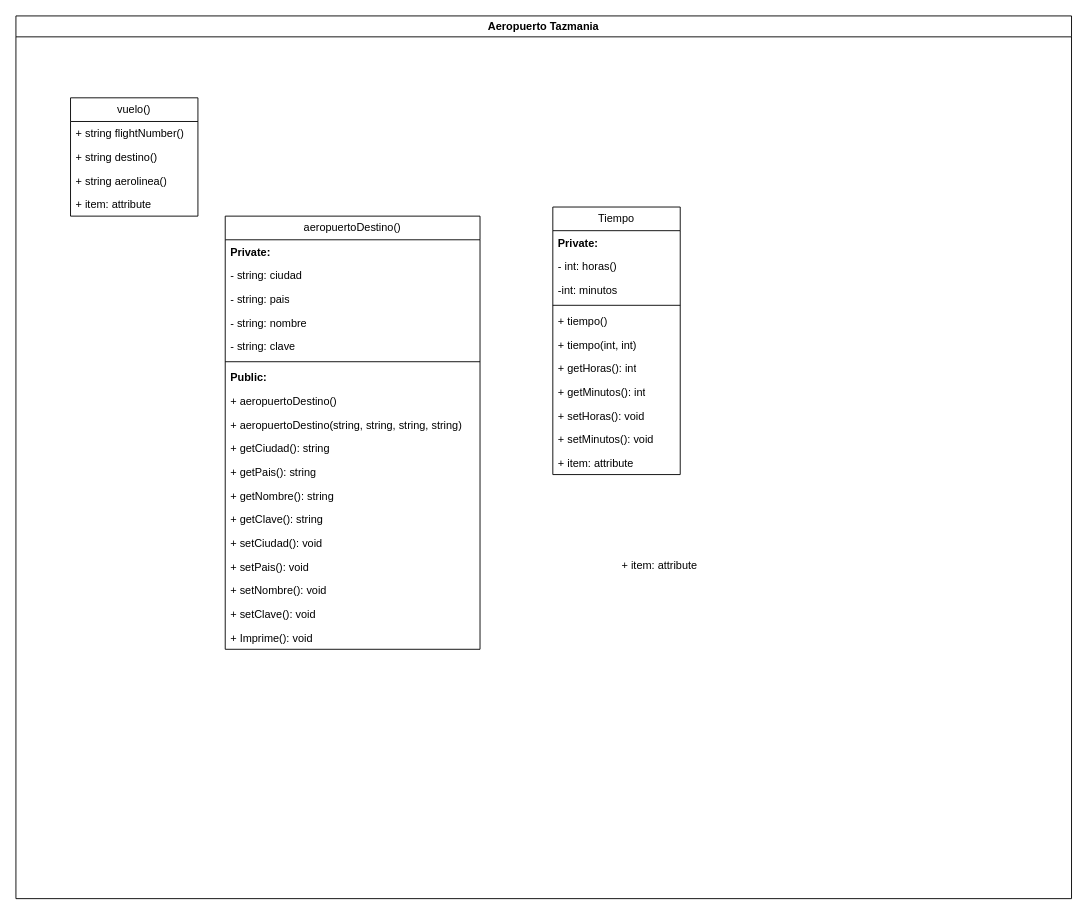
Earlier version of the draw.io diagram Untitled Diagram.drawio (Javierlcastillo/UML-airport). Source tidied: cells renumbered, new cells numbered last; positions are measured from the earlier drawing's top-left corner, leaving out a move shared by most shapes. Both pictures are drawn from the tidied source at 91%, with x=0, y=0 at pixel (15, 15).
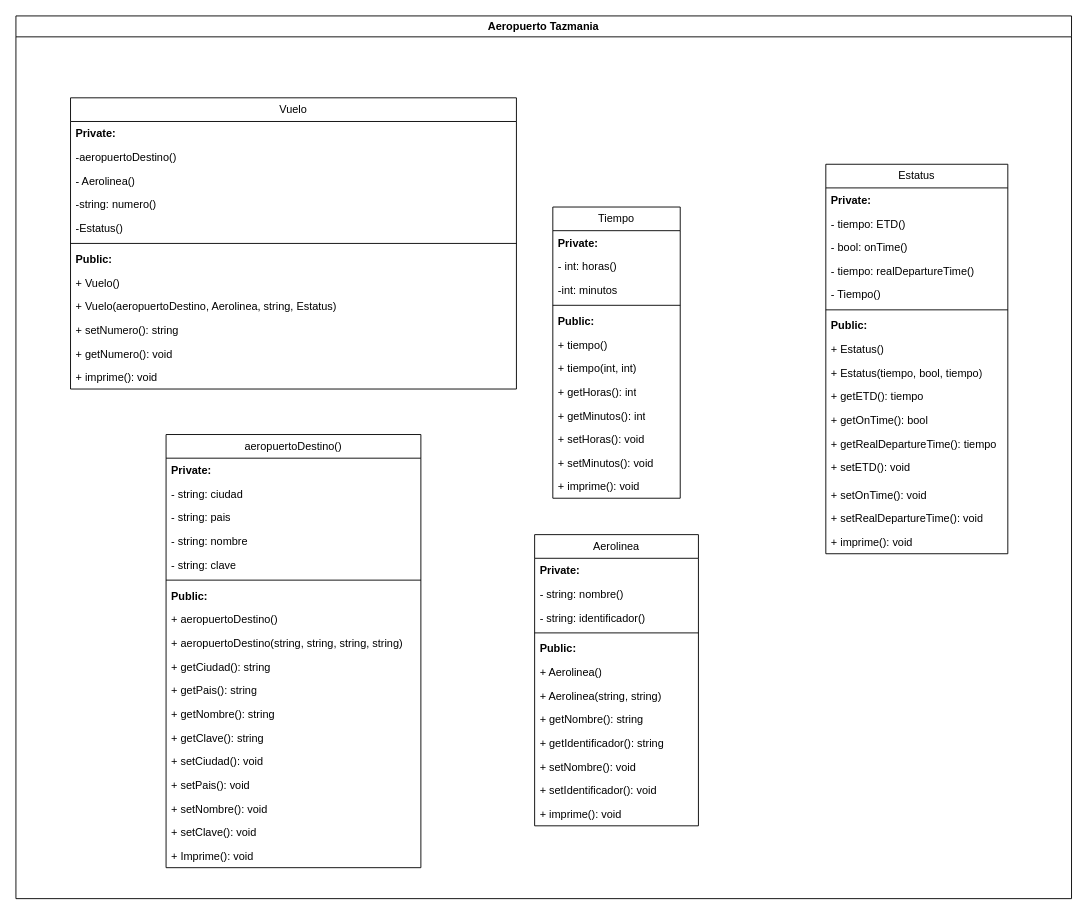
The same page after the edit.

The change refers to these unchanged cells:
```xml
<mxCell id="2" value="Aeropuerto Tazmania" style="swimlane;whiteSpace=wrap;html=1;" parent="1" vertex="1">
  <mxGeometry width="1160" height="970" as="geometry" />
</mxCell>
```

The edit, as a diff of the source:
```diff
@@
-    <mxCell id="3" value="vuelo()" style="swimlane;fontStyle=0;horizontal=1;startSize=26;fillColor=none;whiteSpace=wrap;html=1;" parent="2" vertex="1">
-      <mxGeometry x="60" y="90" width="140" height="130" as="geometry" />
+    <mxCell id="3" value="Vuelo" style="swimlane;fontStyle=0;horizontal=1;startSize=26;fillColor=none;whiteSpace=wrap;html=1;" parent="2" vertex="1">
+      <mxGeometry x="60" y="90" width="490" height="320" as="geometry" />
     </mxCell>
-    <mxCell id="4" value="+ string flightNumber()" style="text;strokeColor=none;fillColor=none;align=left;verticalAlign=top;spacingLeft=4;spacingRight=4;overflow=hidden;whiteSpace=wrap;html=1;" parent="3" vertex="1">
-      <mxGeometry y="26" width="140" height="26" as="geometry" />
+    <mxCell id="4" value="&lt;b&gt;Private:&amp;nbsp;&lt;/b&gt;" style="text;strokeColor=none;fillColor=none;align=left;verticalAlign=top;spacingLeft=4;spacingRight=4;overflow=hidden;whiteSpace=wrap;html=1;" parent="3" vertex="1">
+      <mxGeometry y="26" width="490" height="26" as="geometry" />
     </mxCell>
+    <mxCell id="40" value="-aeropuertoDestino()" style="text;strokeColor=none;fillColor=none;align=left;verticalAlign=top;spacingLeft=4;spacingRight=4;overflow=hidden;whiteSpace=wrap;html=1;" parent="3" vertex="1">
+      <mxGeometry y="52" width="490" height="26" as="geometry" />
+    </mxCell>
+    <mxCell id="41" value="- Aerolinea()" style="text;strokeColor=none;fillColor=none;align=left;verticalAlign=top;spacingLeft=4;spacingRight=4;overflow=hidden;whiteSpace=wrap;html=1;" parent="3" vertex="1">
+      <mxGeometry y="78" width="490" height="26" as="geometry" />
+    </mxCell>
+    <mxCell id="42" value="-string: numero()" style="text;strokeColor=none;fillColor=none;align=left;verticalAlign=top;spacingLeft=4;spacingRight=4;overflow=hidden;whiteSpace=wrap;html=1;" parent="3" vertex="1">
+      <mxGeometry y="104" width="490" height="26" as="geometry" />
+    </mxCell>
+    <mxCell id="43" value="-Estatus()" style="text;strokeColor=none;fillColor=none;align=left;verticalAlign=top;spacingLeft=4;spacingRight=4;overflow=hidden;whiteSpace=wrap;html=1;" parent="3" vertex="1">
+      <mxGeometry y="130" width="490" height="26" as="geometry" />
+    </mxCell>
+    <mxCell id="44" style="line;strokeWidth=1;fillColor=none;align=left;verticalAlign=middle;spacingTop=-1;spacingLeft=3;spacingRight=3;labelPosition=right;strokeColor=inherit;" parent="3" vertex="1">
+      <mxGeometry y="156" width="490" height="8" as="geometry" />
+    </mxCell>
-    <mxCell id="5" value="+ string destino()" style="text;strokeColor=none;fillColor=none;align=left;verticalAlign=top;spacingLeft=4;spacingRight=4;overflow=hidden;whiteSpace=wrap;html=1;" parent="3" vertex="1">
-      <mxGeometry y="52" width="140" height="26" as="geometry" />
+    <mxCell id="5" value="Public:" style="text;strokeColor=none;fillColor=none;align=left;verticalAlign=top;spacingLeft=4;spacingRight=4;overflow=hidden;whiteSpace=wrap;html=1;fontStyle=1;" parent="3" vertex="1">
+      <mxGeometry y="164" width="490" height="26" as="geometry" />
     </mxCell>
+    <mxCell id="45" value="+ Vuelo()" style="text;strokeColor=none;fillColor=none;align=left;verticalAlign=top;spacingLeft=4;spacingRight=4;overflow=hidden;whiteSpace=wrap;html=1;" parent="3" vertex="1">
+      <mxGeometry y="190" width="490" height="26" as="geometry" />
+    </mxCell>
+    <mxCell id="46" value="+ Vuelo(aeropuertoDestino, Aerolinea, string, Estatus)" style="text;strokeColor=none;fillColor=none;align=left;verticalAlign=top;spacingLeft=4;spacingRight=4;overflow=hidden;whiteSpace=wrap;html=1;" parent="3" vertex="1">
+      <mxGeometry y="216" width="490" height="26" as="geometry" />
+    </mxCell>
-    <mxCell id="6" value="+ string aerolinea()" style="text;strokeColor=none;fillColor=none;align=left;verticalAlign=top;spacingLeft=4;spacingRight=4;overflow=hidden;whiteSpace=wrap;html=1;" parent="3" vertex="1">
-      <mxGeometry y="78" width="140" height="26" as="geometry" />
+    <mxCell id="6" value="+ setNumero(): string" style="text;strokeColor=none;fillColor=none;align=left;verticalAlign=top;spacingLeft=4;spacingRight=4;overflow=hidden;whiteSpace=wrap;html=1;" parent="3" vertex="1">
+      <mxGeometry y="242" width="490" height="26" as="geometry" />
     </mxCell>
-    <mxCell id="7" value="+ item: attribute" style="text;strokeColor=none;fillColor=none;align=left;verticalAlign=top;spacingLeft=4;spacingRight=4;overflow=hidden;whiteSpace=wrap;html=1;" parent="3" vertex="1">
-      <mxGeometry y="104" width="140" height="26" as="geometry" />
+    <mxCell id="7" value="+ getNumero(): void" style="text;strokeColor=none;fillColor=none;align=left;verticalAlign=top;spacingLeft=4;spacingRight=4;overflow=hidden;whiteSpace=wrap;html=1;" parent="3" vertex="1">
+      <mxGeometry y="268" width="490" height="26" as="geometry" />
     </mxCell>
+    <mxCell id="47" value="+ imprime(): void" style="text;strokeColor=none;fillColor=none;align=left;verticalAlign=top;spacingLeft=4;spacingRight=4;overflow=hidden;whiteSpace=wrap;html=1;" parent="3" vertex="1">
+      <mxGeometry y="294" width="490" height="26" as="geometry" />
+    </mxCell>
     <mxCell id="8" value="Tiempo" style="swimlane;fontStyle=0;horizontal=1;startSize=26;fillColor=none;whiteSpace=wrap;html=1;" parent="2" vertex="1">
-      <mxGeometry x="590" y="210" width="140" height="294" as="geometry" />
+      <mxGeometry x="590" y="210" width="140" height="320" as="geometry" />
     </mxCell>
@@
+    <mxCell id="48" value="Public:" style="text;strokeColor=none;fillColor=none;align=left;verticalAlign=top;spacingLeft=4;spacingRight=4;overflow=hidden;whiteSpace=wrap;html=1;fontStyle=1;" parent="8" vertex="1">
+      <mxGeometry y="112" width="140" height="26" as="geometry" />
+    </mxCell>
     <mxCell id="13" value="+ tiempo()" style="text;strokeColor=none;fillColor=none;align=left;verticalAlign=top;spacingLeft=4;spacingRight=4;overflow=hidden;whiteSpace=wrap;html=1;" parent="8" vertex="1">
-      <mxGeometry y="112" width="140" height="26" as="geometry" />
+      <mxGeometry y="138" width="140" height="26" as="geometry" />
     </mxCell>
     <mxCell id="14" value="+ tiempo(int, int)&amp;nbsp;" style="text;strokeColor=none;fillColor=none;align=left;verticalAlign=top;spacingLeft=4;spacingRight=4;overflow=hidden;whiteSpace=wrap;html=1;" parent="8" vertex="1">
-      <mxGeometry y="138" width="140" height="26" as="geometry" />
+      <mxGeometry y="164" width="140" height="26" as="geometry" />
     </mxCell>
     <mxCell id="15" value="+ getHoras(): int" style="text;strokeColor=none;fillColor=none;align=left;verticalAlign=top;spacingLeft=4;spacingRight=4;overflow=hidden;whiteSpace=wrap;html=1;" parent="8" vertex="1">
-      <mxGeometry y="164" width="140" height="26" as="geometry" />
+      <mxGeometry y="190" width="140" height="26" as="geometry" />
     </mxCell>
     <mxCell id="16" value="+ getMinutos(): int" style="text;strokeColor=none;fillColor=none;align=left;verticalAlign=top;spacingLeft=4;spacingRight=4;overflow=hidden;whiteSpace=wrap;html=1;" parent="8" vertex="1">
-      <mxGeometry y="190" width="140" height="26" as="geometry" />
+      <mxGeometry y="216" width="140" height="26" as="geometry" />
     </mxCell>
     <mxCell id="17" value="+ setHoras(): void" style="text;strokeColor=none;fillColor=none;align=left;verticalAlign=top;spacingLeft=4;spacingRight=4;overflow=hidden;whiteSpace=wrap;html=1;" parent="8" vertex="1">
-      <mxGeometry y="216" width="140" height="26" as="geometry" />
+      <mxGeometry y="242" width="140" height="26" as="geometry" />
     </mxCell>
     <mxCell id="18" value="+ setMinutos(): void" style="text;strokeColor=none;fillColor=none;align=left;verticalAlign=top;spacingLeft=4;spacingRight=4;overflow=hidden;whiteSpace=wrap;html=1;" parent="8" vertex="1">
-      <mxGeometry y="242" width="140" height="26" as="geometry" />
+      <mxGeometry y="268" width="140" height="26" as="geometry" />
     </mxCell>
-    <mxCell id="19" value="+ item: attribute" style="text;strokeColor=none;fillColor=none;align=left;verticalAlign=top;spacingLeft=4;spacingRight=4;overflow=hidden;whiteSpace=wrap;html=1;" parent="8" vertex="1">
-      <mxGeometry y="268" width="140" height="26" as="geometry" />
+    <mxCell id="19" value="+ imprime(): void" style="text;strokeColor=none;fillColor=none;align=left;verticalAlign=top;spacingLeft=4;spacingRight=4;overflow=hidden;whiteSpace=wrap;html=1;" parent="8" vertex="1">
+      <mxGeometry y="294" width="140" height="26" as="geometry" />
     </mxCell>
     <mxCell id="20" value="aeropuertoDestino()" style="swimlane;fontStyle=0;horizontal=1;startSize=26;fillColor=none;whiteSpace=wrap;html=1;" parent="2" vertex="1">
-      <mxGeometry x="230" y="220" width="280" height="476" as="geometry" />
+      <mxGeometry x="165" y="460" width="280" height="476" as="geometry" />
     </mxCell>
@@
+    <mxCell id="49" value="Estatus" style="swimlane;fontStyle=0;horizontal=1;startSize=26;fillColor=none;whiteSpace=wrap;html=1;" parent="2" vertex="1">
+      <mxGeometry x="890" y="163" width="200" height="428" as="geometry" />
+    </mxCell>
+    <mxCell id="50" value="Private:&amp;nbsp;" style="text;strokeColor=none;fillColor=none;align=left;verticalAlign=top;spacingLeft=4;spacingRight=4;overflow=hidden;whiteSpace=wrap;html=1;fontStyle=1;" parent="49" vertex="1">
+      <mxGeometry y="26" width="200" height="26" as="geometry" />
+    </mxCell>
+    <mxCell id="51" value="- tiempo: ETD()" style="text;strokeColor=none;fillColor=none;align=left;verticalAlign=top;spacingLeft=4;spacingRight=4;overflow=hidden;whiteSpace=wrap;html=1;" parent="49" vertex="1">
+      <mxGeometry y="52" width="200" height="26" as="geometry" />
+    </mxCell>
-    <mxCell id="39" value="+ item: attribute" style="text;strokeColor=none;fillColor=none;align=left;verticalAlign=top;spacingLeft=4;spacingRight=4;overflow=hidden;whiteSpace=wrap;html=1;" parent="2" vertex="1">
-      <mxGeometry x="660" y="590" width="100" height="26" as="geometry" />
+    <mxCell id="39" value="- bool: onTime()" style="text;strokeColor=none;fillColor=none;align=left;verticalAlign=top;spacingLeft=4;spacingRight=4;overflow=hidden;whiteSpace=wrap;html=1;" parent="49" vertex="1">
+      <mxGeometry y="78" width="200" height="26" as="geometry" />
     </mxCell>
+    <mxCell id="52" value="- tiempo: realDepartureTime()" style="text;strokeColor=none;fillColor=none;align=left;verticalAlign=top;spacingLeft=4;spacingRight=4;overflow=hidden;whiteSpace=wrap;html=1;" parent="49" vertex="1">
+      <mxGeometry y="104" width="200" height="26" as="geometry" />
+    </mxCell>
+    <mxCell id="53" value="- Tiempo()" style="text;strokeColor=none;fillColor=none;align=left;verticalAlign=top;spacingLeft=4;spacingRight=4;overflow=hidden;whiteSpace=wrap;html=1;" parent="49" vertex="1">
+      <mxGeometry y="130" width="200" height="26" as="geometry" />
+    </mxCell>
+    <mxCell id="54" style="line;strokeWidth=1;fillColor=none;align=left;verticalAlign=middle;spacingTop=-1;spacingLeft=3;spacingRight=3;labelPosition=right;strokeColor=inherit;" parent="49" vertex="1">
+      <mxGeometry y="156" width="200" height="8" as="geometry" />
+    </mxCell>
+    <mxCell id="55" value="Public:" style="text;strokeColor=none;fillColor=none;align=left;verticalAlign=top;spacingLeft=4;spacingRight=4;overflow=hidden;whiteSpace=wrap;html=1;fontStyle=1;" parent="49" vertex="1">
+      <mxGeometry y="164" width="200" height="26" as="geometry" />
+    </mxCell>
+    <mxCell id="56" value="+ Estatus()" style="text;strokeColor=none;fillColor=none;align=left;verticalAlign=top;spacingLeft=4;spacingRight=4;overflow=hidden;whiteSpace=wrap;html=1;" parent="49" vertex="1">
+      <mxGeometry y="190" width="200" height="26" as="geometry" />
+    </mxCell>
+    <mxCell id="57" value="+ Estatus(tiempo, bool, tiempo)" style="text;strokeColor=none;fillColor=none;align=left;verticalAlign=top;spacingLeft=4;spacingRight=4;overflow=hidden;whiteSpace=wrap;html=1;" parent="49" vertex="1">
+      <mxGeometry y="216" width="200" height="26" as="geometry" />
+    </mxCell>
+    <mxCell id="58" value="+ getETD(): tiempo" style="text;strokeColor=none;fillColor=none;align=left;verticalAlign=top;spacingLeft=4;spacingRight=4;overflow=hidden;whiteSpace=wrap;html=1;" parent="49" vertex="1">
+      <mxGeometry y="242" width="200" height="26" as="geometry" />
+    </mxCell>
+    <mxCell id="59" value="+ getOnTime(): bool" style="text;strokeColor=none;fillColor=none;align=left;verticalAlign=top;spacingLeft=4;spacingRight=4;overflow=hidden;whiteSpace=wrap;html=1;" parent="49" vertex="1">
+      <mxGeometry y="268" width="200" height="26" as="geometry" />
+    </mxCell>
+    <mxCell id="60" value="+ getRealDepartureTime(): tiempo" style="text;strokeColor=none;fillColor=none;align=left;verticalAlign=top;spacingLeft=4;spacingRight=4;overflow=hidden;whiteSpace=wrap;html=1;" parent="49" vertex="1">
+      <mxGeometry y="294" width="200" height="26" as="geometry" />
+    </mxCell>
+    <mxCell id="61" value="+ setETD(): void" style="text;strokeColor=none;fillColor=none;align=left;verticalAlign=top;spacingLeft=4;spacingRight=4;overflow=hidden;whiteSpace=wrap;html=1;" parent="49" vertex="1">
+      <mxGeometry y="320" width="200" height="30" as="geometry" />
+    </mxCell>
+    <mxCell id="62" value="+ setOnTime(): void" style="text;strokeColor=none;fillColor=none;align=left;verticalAlign=top;spacingLeft=4;spacingRight=4;overflow=hidden;whiteSpace=wrap;html=1;" parent="49" vertex="1">
+      <mxGeometry y="350" width="200" height="26" as="geometry" />
+    </mxCell>
+    <mxCell id="63" value="+ setRealDepartureTime(): void" style="text;strokeColor=none;fillColor=none;align=left;verticalAlign=top;spacingLeft=4;spacingRight=4;overflow=hidden;whiteSpace=wrap;html=1;" parent="49" vertex="1">
+      <mxGeometry y="376" width="200" height="26" as="geometry" />
+    </mxCell>
+    <mxCell id="64" value="+ imprime(): void" style="text;strokeColor=none;fillColor=none;align=left;verticalAlign=top;spacingLeft=4;spacingRight=4;overflow=hidden;whiteSpace=wrap;html=1;" parent="49" vertex="1">
+      <mxGeometry y="402" width="200" height="26" as="geometry" />
+    </mxCell>
+    <mxCell id="65" value="Aerolinea" style="swimlane;fontStyle=0;horizontal=1;startSize=26;fillColor=none;whiteSpace=wrap;html=1;" parent="2" vertex="1">
+      <mxGeometry x="570" y="570" width="180" height="320" as="geometry" />
+    </mxCell>
+    <mxCell id="66" value="Private:" style="text;strokeColor=none;fillColor=none;align=left;verticalAlign=top;spacingLeft=4;spacingRight=4;overflow=hidden;whiteSpace=wrap;html=1;fontStyle=1;" parent="65" vertex="1">
+      <mxGeometry y="26" width="180" height="26" as="geometry" />
+    </mxCell>
+    <mxCell id="67" value="- string: nombre()" style="text;strokeColor=none;fillColor=none;align=left;verticalAlign=top;spacingLeft=4;spacingRight=4;overflow=hidden;whiteSpace=wrap;html=1;" parent="65" vertex="1">
+      <mxGeometry y="52" width="180" height="26" as="geometry" />
+    </mxCell>
+    <mxCell id="68" value="- string: identificador()" style="text;strokeColor=none;fillColor=none;align=left;verticalAlign=top;spacingLeft=4;spacingRight=4;overflow=hidden;whiteSpace=wrap;html=1;" parent="65" vertex="1">
+      <mxGeometry y="78" width="180" height="26" as="geometry" />
+    </mxCell>
+    <mxCell id="69" style="line;strokeWidth=1;fillColor=none;align=left;verticalAlign=middle;spacingTop=-1;spacingLeft=3;spacingRight=3;labelPosition=right;strokeColor=inherit;" parent="65" vertex="1">
+      <mxGeometry y="104" width="180" height="8" as="geometry" />
+    </mxCell>
+    <mxCell id="70" value="Public:" style="text;strokeColor=none;fillColor=none;align=left;verticalAlign=top;spacingLeft=4;spacingRight=4;overflow=hidden;whiteSpace=wrap;html=1;fontStyle=1;" parent="65" vertex="1">
+      <mxGeometry y="112" width="180" height="26" as="geometry" />
+    </mxCell>
+    <mxCell id="71" value="+ Aerolinea()" style="text;strokeColor=none;fillColor=none;align=left;verticalAlign=top;spacingLeft=4;spacingRight=4;overflow=hidden;whiteSpace=wrap;html=1;" parent="65" vertex="1">
+      <mxGeometry y="138" width="180" height="26" as="geometry" />
+    </mxCell>
+    <mxCell id="72" value="+ Aerolinea(string, string)" style="text;strokeColor=none;fillColor=none;align=left;verticalAlign=top;spacingLeft=4;spacingRight=4;overflow=hidden;whiteSpace=wrap;html=1;" parent="65" vertex="1">
+      <mxGeometry y="164" width="180" height="26" as="geometry" />
+    </mxCell>
+    <mxCell id="73" value="+ getNombre(): string" style="text;strokeColor=none;fillColor=none;align=left;verticalAlign=top;spacingLeft=4;spacingRight=4;overflow=hidden;whiteSpace=wrap;html=1;" parent="65" vertex="1">
+      <mxGeometry y="190" width="180" height="26" as="geometry" />
+    </mxCell>
+    <mxCell id="74" value="+ getIdentificador(): string" style="text;strokeColor=none;fillColor=none;align=left;verticalAlign=top;spacingLeft=4;spacingRight=4;overflow=hidden;whiteSpace=wrap;html=1;" parent="65" vertex="1">
+      <mxGeometry y="216" width="180" height="26" as="geometry" />
+    </mxCell>
+    <mxCell id="75" value="+ setNombre(): void" style="text;strokeColor=none;fillColor=none;align=left;verticalAlign=top;spacingLeft=4;spacingRight=4;overflow=hidden;whiteSpace=wrap;html=1;" parent="65" vertex="1">
+      <mxGeometry y="242" width="180" height="26" as="geometry" />
+    </mxCell>
+    <mxCell id="76" value="+ setIdentificador(): void" style="text;strokeColor=none;fillColor=none;align=left;verticalAlign=top;spacingLeft=4;spacingRight=4;overflow=hidden;whiteSpace=wrap;html=1;" parent="65" vertex="1">
+      <mxGeometry y="268" width="180" height="26" as="geometry" />
+    </mxCell>
+    <mxCell id="77" value="+ imprime(): void" style="text;strokeColor=none;fillColor=none;align=left;verticalAlign=top;spacingLeft=4;spacingRight=4;overflow=hidden;whiteSpace=wrap;html=1;" parent="65" vertex="1">
+      <mxGeometry y="294" width="180" height="26" as="geometry" />
+    </mxCell>
```
